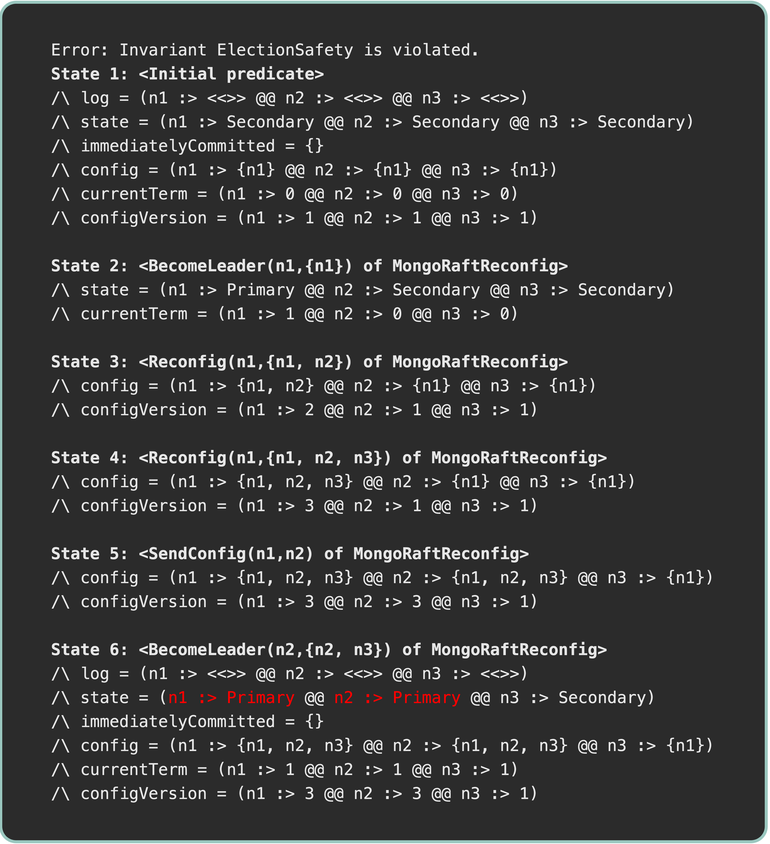
Before: traces/traces-t1.drawio.png, a diagram exported from draw.io (will62794/reconfig-traces). Source tidied: cells renumbered, new cells last; positions are measured from the earlier drawing's top-left corner, leaving out a move shared by most shapes.
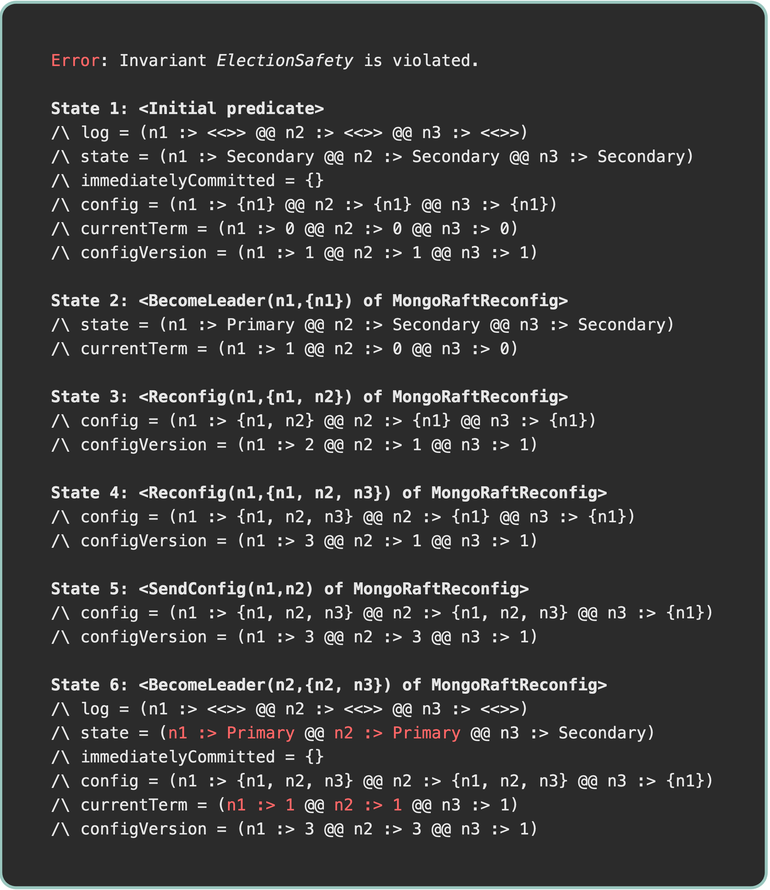
Above is the later version.

Change to the diagram source:
```diff
@@ -2,8 +2,8 @@
   <root>
     <mxCell id="0" />
     <mxCell id="1" parent="0" />
-    <mxCell id="2" value="&lt;div style=&quot;background-color: rgb(43, 43, 43); line-height: 16px;&quot;&gt;&lt;div style=&quot;text-align: left; font-family: Menlo, Monaco, &amp;quot;Courier New&amp;quot;, monospace; font-size: 10.8px; white-space: pre;&quot;&gt;&lt;font style=&quot;color: rgb(230, 230, 230);&quot;&gt;Error: Invariant ElectionSafety is violated.&lt;/font&gt;&lt;/div&gt;&lt;div style=&quot;text-align: left; font-family: Menlo, Monaco, &amp;quot;Courier New&amp;quot;, monospace; font-size: 10.8px; white-space: pre;&quot;&gt;&lt;b&gt;&lt;font style=&quot;color: rgb(230, 230, 230);&quot;&gt;State 1: &amp;lt;Initial predicate&amp;gt;&lt;/font&gt;&lt;/b&gt;&lt;/div&gt;&lt;div style=&quot;text-align: left; font-family: Menlo, Monaco, &amp;quot;Courier New&amp;quot;, monospace; font-size: 10.8px; white-space: pre;&quot;&gt;&lt;font style=&quot;color: rgb(230, 230, 230);&quot;&gt;/\ log = (n1 :&amp;gt; &amp;lt;&amp;lt;&amp;gt;&amp;gt; @@ n2 :&amp;gt; &amp;lt;&amp;lt;&amp;gt;&amp;gt; @@ n3 :&amp;gt; &amp;lt;&amp;lt;&amp;gt;&amp;gt;)&lt;/font&gt;&lt;/div&gt;&lt;div style=&quot;text-align: left; font-family: Menlo, Monaco, &amp;quot;Courier New&amp;quot;, monospace; font-size: 10.8px; white-space: pre;&quot;&gt;&lt;font style=&quot;color: rgb(230, 230, 230);&quot;&gt;/\ state = (n1 :&amp;gt; Secondary @@ n2 :&amp;gt; Secondary @@ n3 :&amp;gt; Secondary)&lt;/font&gt;&lt;/div&gt;&lt;div style=&quot;text-align: left; font-family: Menlo, Monaco, &amp;quot;Courier New&amp;quot;, monospace; font-size: 10.8px; white-space: pre;&quot;&gt;&lt;font style=&quot;color: rgb(230, 230, 230);&quot;&gt;/\ immediatelyCommitted = {}&lt;/font&gt;&lt;/div&gt;&lt;div style=&quot;text-align: left; font-family: Menlo, Monaco, &amp;quot;Courier New&amp;quot;, monospace; font-size: 10.8px; white-space: pre;&quot;&gt;&lt;font style=&quot;color: rgb(230, 230, 230);&quot;&gt;/\ config = (n1 :&amp;gt; {n1} @@ n2 :&amp;gt; {n1} @@ n3 :&amp;gt; {n1})&lt;/font&gt;&lt;/div&gt;&lt;div style=&quot;text-align: left; font-family: Menlo, Monaco, &amp;quot;Courier New&amp;quot;, monospace; font-size: 10.8px; white-space: pre;&quot;&gt;&lt;font style=&quot;color: rgb(230, 230, 230);&quot;&gt;/\ currentTerm = (n1 :&amp;gt; 0 @@ n2 :&amp;gt; 0 @@ n3 :&amp;gt; 0)&lt;/font&gt;&lt;/div&gt;&lt;div style=&quot;text-align: left; font-family: Menlo, Monaco, &amp;quot;Courier New&amp;quot;, monospace; font-size: 10.8px; white-space: pre;&quot;&gt;&lt;font style=&quot;color: rgb(230, 230, 230);&quot;&gt;/\ configVersion = (n1 :&amp;gt; 1 @@ n2 :&amp;gt; 1 @@ n3 :&amp;gt; 1)&lt;/font&gt;&lt;/div&gt;&lt;div style=&quot;text-align: left;&quot;&gt;&lt;font style=&quot;color: rgb(230, 230, 230);&quot;&gt;&lt;br&gt;&lt;/font&gt;&lt;/div&gt;&lt;div style=&quot;text-align: left; font-family: Menlo, Monaco, &amp;quot;Courier New&amp;quot;, monospace; font-size: 10.8px; white-space: pre;&quot;&gt;&lt;b&gt;&lt;font style=&quot;color: rgb(230, 230, 230);&quot;&gt;State 2: &amp;lt;BecomeLeader(n1,{n1}) of MongoRaftReconfig&amp;gt;&lt;/font&gt;&lt;/b&gt;&lt;/div&gt;&lt;div style=&quot;text-align: left; font-family: Menlo, Monaco, &amp;quot;Courier New&amp;quot;, monospace; font-size: 10.8px; white-space: pre;&quot;&gt;&lt;font style=&quot;color: rgb(230, 230, 230);&quot;&gt;/\ state = (n1 :&amp;gt; Primary @@ n2 :&amp;gt; Secondary @@ n3 :&amp;gt; Secondary)&lt;/font&gt;&lt;/div&gt;&lt;div style=&quot;text-align: left; font-family: Menlo, Monaco, &amp;quot;Courier New&amp;quot;, monospace; font-size: 10.8px; white-space: pre;&quot;&gt;&lt;font style=&quot;color: rgb(230, 230, 230);&quot;&gt;/\ currentTerm = (n1 :&amp;gt; 1 @@ n2 :&amp;gt; 0 @@ n3 :&amp;gt; 0)&lt;/font&gt;&lt;/div&gt;&lt;div style=&quot;text-align: left;&quot;&gt;&lt;font style=&quot;color: rgb(230, 230, 230);&quot;&gt;&lt;br&gt;&lt;/font&gt;&lt;/div&gt;&lt;div style=&quot;text-align: left; font-family: Menlo, Monaco, &amp;quot;Courier New&amp;quot;, monospace; font-size: 10.8px; white-space: pre;&quot;&gt;&lt;b&gt;&lt;font style=&quot;color: rgb(230, 230, 230);&quot;&gt;State 3: &amp;lt;Reconfig(n1,{n1, n2}) of MongoRaftReconfig&amp;gt;&lt;/font&gt;&lt;/b&gt;&lt;/div&gt;&lt;div style=&quot;text-align: left; font-family: Menlo, Monaco, &amp;quot;Courier New&amp;quot;, monospace; font-size: 10.8px; white-space: pre;&quot;&gt;&lt;font style=&quot;color: rgb(230, 230, 230);&quot;&gt;/\ config = (n1 :&amp;gt; {n1, n2} @@ n2 :&amp;gt; {n1} @@ n3 :&amp;gt; {n1})&lt;/font&gt;&lt;/div&gt;&lt;div style=&quot;text-align: left; font-family: Menlo, Monaco, &amp;quot;Courier New&amp;quot;, monospace; font-size: 10.8px; white-space: pre;&quot;&gt;&lt;font style=&quot;color: rgb(230, 230, 230);&quot;&gt;/\ configVersion = (n1 :&amp;gt; 2 @@ n2 :&amp;gt; 1 @@ n3 :&amp;gt; 1)&lt;/font&gt;&lt;/div&gt;&lt;div style=&quot;text-align: left;&quot;&gt;&lt;font style=&quot;color: rgb(230, 230, 230);&quot;&gt;&lt;br&gt;&lt;/font&gt;&lt;/div&gt;&lt;div style=&quot;text-align: left; font-family: Menlo, Monaco, &amp;quot;Courier New&amp;quot;, monospace; font-size: 10.8px; white-space: pre;&quot;&gt;&lt;b&gt;&lt;font style=&quot;color: rgb(230, 230, 230);&quot;&gt;State 4: &amp;lt;Reconfig(n1,{n1, n2, n3}) of MongoRaftReconfig&amp;gt;&lt;/font&gt;&lt;/b&gt;&lt;/div&gt;&lt;div style=&quot;text-align: left; font-family: Menlo, Monaco, &amp;quot;Courier New&amp;quot;, monospace; font-size: 10.8px; white-space: pre;&quot;&gt;&lt;font style=&quot;color: rgb(230, 230, 230);&quot;&gt;/\ config = (n1 :&amp;gt; {n1, n2, n3} @@ n2 :&amp;gt; {n1} @@ n3 :&amp;gt; {n1})&lt;/font&gt;&lt;/div&gt;&lt;div style=&quot;text-align: left; font-family: Menlo, Monaco, &amp;quot;Courier New&amp;quot;, monospace; font-size: 10.8px; white-space: pre;&quot;&gt;&lt;font style=&quot;color: rgb(230, 230, 230);&quot;&gt;/\ configVersion = (n1 :&amp;gt; 3 @@ n2 :&amp;gt; 1 @@ n3 :&amp;gt; 1)&lt;/font&gt;&lt;/div&gt;&lt;div style=&quot;text-align: left;&quot;&gt;&lt;font style=&quot;color: rgb(230, 230, 230);&quot;&gt;&lt;br&gt;&lt;/font&gt;&lt;/div&gt;&lt;div style=&quot;text-align: left; font-family: Menlo, Monaco, &amp;quot;Courier New&amp;quot;, monospace; font-size: 10.8px; white-space: pre;&quot;&gt;&lt;b&gt;&lt;font style=&quot;color: rgb(230, 230, 230);&quot;&gt;State 5: &amp;lt;SendConfig(n1,n2) of MongoRaftReconfig&amp;gt;&lt;/font&gt;&lt;/b&gt;&lt;/div&gt;&lt;div style=&quot;text-align: left; font-family: Menlo, Monaco, &amp;quot;Courier New&amp;quot;, monospace; font-size: 10.8px; white-space: pre;&quot;&gt;&lt;font style=&quot;color: rgb(230, 230, 230);&quot;&gt;/\ config = (n1 :&amp;gt; {n1, n2, n3} @@ n2 :&amp;gt; {n1, n2, n3} @@ n3 :&amp;gt; {n1})&lt;/font&gt;&lt;/div&gt;&lt;div style=&quot;text-align: left; font-family: Menlo, Monaco, &amp;quot;Courier New&amp;quot;, monospace; font-size: 10.8px; white-space: pre;&quot;&gt;&lt;font style=&quot;color: rgb(230, 230, 230);&quot;&gt;/\ configVersion = (n1 :&amp;gt; 3 @@ n2 :&amp;gt; 3 @@ n3 :&amp;gt; 1)&lt;/font&gt;&lt;/div&gt;&lt;div style=&quot;text-align: left;&quot;&gt;&lt;font style=&quot;color: rgb(230, 230, 230);&quot;&gt;&lt;br&gt;&lt;/font&gt;&lt;/div&gt;&lt;div style=&quot;text-align: left; font-family: Menlo, Monaco, &amp;quot;Courier New&amp;quot;, monospace; font-size: 10.8px; white-space: pre;&quot;&gt;&lt;b&gt;&lt;font style=&quot;color: rgb(230, 230, 230);&quot;&gt;State 6: &amp;lt;BecomeLeader(n2,{n2, n3}) of MongoRaftReconfig&amp;gt;&lt;/font&gt;&lt;/b&gt;&lt;/div&gt;&lt;div style=&quot;text-align: left; font-family: Menlo, Monaco, &amp;quot;Courier New&amp;quot;, monospace; font-size: 10.8px; white-space: pre;&quot;&gt;&lt;font style=&quot;color: rgb(230, 230, 230);&quot;&gt;/\ log = (n1 :&amp;gt; &amp;lt;&amp;lt;&amp;gt;&amp;gt; @@ n2 :&amp;gt; &amp;lt;&amp;lt;&amp;gt;&amp;gt; @@ n3 :&amp;gt; &amp;lt;&amp;lt;&amp;gt;&amp;gt;)&lt;/font&gt;&lt;/div&gt;&lt;div style=&quot;text-align: left; font-family: Menlo, Monaco, &amp;quot;Courier New&amp;quot;, monospace; font-size: 10.8px; white-space: pre;&quot;&gt;&lt;font&gt;&lt;font color=&quot;#e6e6e6&quot;&gt;/\ state = (&lt;/font&gt;&lt;font style=&quot;color: rgb(255, 0, 0);&quot;&gt;n1 :&amp;gt; &lt;font style=&quot;&quot;&gt;Primary&lt;/font&gt;&lt;/font&gt;&lt;span style=&quot;color: rgb(230, 230, 230);&quot;&gt; @@ &lt;/span&gt;&lt;font style=&quot;color: rgb(255, 0, 0);&quot;&gt;n2 :&amp;gt; &lt;font style=&quot;&quot;&gt;Primary&lt;/font&gt;&lt;/font&gt;&lt;font style=&quot;color: rgb(230, 230, 230);&quot;&gt; @@ n3 :&amp;gt; Secondary)&lt;/font&gt;&lt;/font&gt;&lt;/div&gt;&lt;div style=&quot;text-align: left; font-family: Menlo, Monaco, &amp;quot;Courier New&amp;quot;, monospace; font-size: 10.8px; white-space: pre;&quot;&gt;&lt;font style=&quot;color: rgb(230, 230, 230);&quot;&gt;/\ immediatelyCommitted = {}&lt;/font&gt;&lt;/div&gt;&lt;div style=&quot;text-align: left; font-family: Menlo, Monaco, &amp;quot;Courier New&amp;quot;, monospace; font-size: 10.8px; white-space: pre;&quot;&gt;&lt;font style=&quot;color: rgb(230, 230, 230);&quot;&gt;/\ config = (n1 :&amp;gt; {n1, n2, n3} @@ n2 :&amp;gt; {n1, n2, n3} @@ n3 :&amp;gt; {n1})&lt;/font&gt;&lt;/div&gt;&lt;div style=&quot;text-align: left; font-family: Menlo, Monaco, &amp;quot;Courier New&amp;quot;, monospace; font-size: 10.8px; white-space: pre;&quot;&gt;&lt;font style=&quot;color: rgb(230, 230, 230);&quot;&gt;/\ currentTerm = (n1 :&amp;gt; 1 @@ n2 :&amp;gt; 1 @@ n3 :&amp;gt; 1)&lt;/font&gt;&lt;/div&gt;&lt;div style=&quot;text-align: left; font-family: Menlo, Monaco, &amp;quot;Courier New&amp;quot;, monospace; font-size: 10.8px; white-space: pre;&quot;&gt;&lt;font style=&quot;color: rgb(230, 230, 230);&quot;&gt;/\ configVersion = (n1 :&amp;gt; 3 @@ n2 :&amp;gt; 3 @@ n3 :&amp;gt; 1)&lt;/font&gt;&lt;/div&gt;&lt;/div&gt;" style="text;html=1;align=center;verticalAlign=middle;whiteSpace=wrap;rounded=1;strokeColor=#9AC7BF;fillColor=light-dark(#2B2B2B,#282A35);gradientColor=none;arcSize=2;imageHeight=24;strokeWidth=2;" parent="1" vertex="1">
-      <mxGeometry width="510" height="560" as="geometry" />
+    <mxCell id="2" value="&lt;div style=&quot;background-color: rgb(43, 43, 43); line-height: 16px;&quot;&gt;&lt;div style=&quot;text-align: left; font-family: Menlo, Monaco, &amp;quot;Courier New&amp;quot;, monospace; font-size: 10.8px; white-space: pre;&quot;&gt;&lt;font style=&quot;color: rgb(255, 102, 102);&quot;&gt;Error&lt;/font&gt;&lt;font style=&quot;color: rgb(230, 230, 230);&quot;&gt;: Invariant &lt;i&gt;ElectionSafety&lt;/i&gt; is violated.&lt;/font&gt;&lt;/div&gt;&lt;div style=&quot;text-align: left; font-family: Menlo, Monaco, &amp;quot;Courier New&amp;quot;, monospace; font-size: 10.8px; white-space: pre;&quot;&gt;&lt;b&gt;&lt;font style=&quot;color: rgb(230, 230, 230);&quot;&gt;&lt;br&gt;&lt;/font&gt;&lt;/b&gt;&lt;/div&gt;&lt;div style=&quot;text-align: left; font-family: Menlo, Monaco, &amp;quot;Courier New&amp;quot;, monospace; font-size: 10.8px; white-space: pre;&quot;&gt;&lt;b&gt;&lt;font style=&quot;color: rgb(230, 230, 230);&quot;&gt;State 1: &amp;lt;Initial predicate&amp;gt;&lt;/font&gt;&lt;/b&gt;&lt;/div&gt;&lt;div style=&quot;text-align: left; font-family: Menlo, Monaco, &amp;quot;Courier New&amp;quot;, monospace; font-size: 10.8px; white-space: pre;&quot;&gt;&lt;font style=&quot;color: rgb(230, 230, 230);&quot;&gt;/\ log = (n1 :&amp;gt; &amp;lt;&amp;lt;&amp;gt;&amp;gt; @@ n2 :&amp;gt; &amp;lt;&amp;lt;&amp;gt;&amp;gt; @@ n3 :&amp;gt; &amp;lt;&amp;lt;&amp;gt;&amp;gt;)&lt;/font&gt;&lt;/div&gt;&lt;div style=&quot;text-align: left; font-family: Menlo, Monaco, &amp;quot;Courier New&amp;quot;, monospace; font-size: 10.8px; white-space: pre;&quot;&gt;&lt;font style=&quot;color: rgb(230, 230, 230);&quot;&gt;/\ state = (n1 :&amp;gt; Secondary @@ n2 :&amp;gt; Secondary @@ n3 :&amp;gt; Secondary)&lt;/font&gt;&lt;/div&gt;&lt;div style=&quot;text-align: left; font-family: Menlo, Monaco, &amp;quot;Courier New&amp;quot;, monospace; font-size: 10.8px; white-space: pre;&quot;&gt;&lt;font style=&quot;color: rgb(230, 230, 230);&quot;&gt;/\ immediatelyCommitted = {}&lt;/font&gt;&lt;/div&gt;&lt;div style=&quot;text-align: left; font-family: Menlo, Monaco, &amp;quot;Courier New&amp;quot;, monospace; font-size: 10.8px; white-space: pre;&quot;&gt;&lt;font style=&quot;color: rgb(230, 230, 230);&quot;&gt;/\ config = (n1 :&amp;gt; {n1} @@ n2 :&amp;gt; {n1} @@ n3 :&amp;gt; {n1})&lt;/font&gt;&lt;/div&gt;&lt;div style=&quot;text-align: left; font-family: Menlo, Monaco, &amp;quot;Courier New&amp;quot;, monospace; font-size: 10.8px; white-space: pre;&quot;&gt;&lt;font style=&quot;color: rgb(230, 230, 230);&quot;&gt;/\ currentTerm = (n1 :&amp;gt; 0 @@ n2 :&amp;gt; 0 @@ n3 :&amp;gt; 0)&lt;/font&gt;&lt;/div&gt;&lt;div style=&quot;text-align: left; font-family: Menlo, Monaco, &amp;quot;Courier New&amp;quot;, monospace; font-size: 10.8px; white-space: pre;&quot;&gt;&lt;font style=&quot;color: rgb(230, 230, 230);&quot;&gt;/\ configVersion = (n1 :&amp;gt; 1 @@ n2 :&amp;gt; 1 @@ n3 :&amp;gt; 1)&lt;/font&gt;&lt;/div&gt;&lt;div style=&quot;text-align: left;&quot;&gt;&lt;font style=&quot;color: rgb(230, 230, 230);&quot;&gt;&lt;br&gt;&lt;/font&gt;&lt;/div&gt;&lt;div style=&quot;text-align: left; font-family: Menlo, Monaco, &amp;quot;Courier New&amp;quot;, monospace; font-size: 10.8px; white-space: pre;&quot;&gt;&lt;b&gt;&lt;font style=&quot;color: rgb(230, 230, 230);&quot;&gt;State 2: &amp;lt;BecomeLeader(n1,{n1}) of MongoRaftReconfig&amp;gt;&lt;/font&gt;&lt;/b&gt;&lt;/div&gt;&lt;div style=&quot;text-align: left; font-family: Menlo, Monaco, &amp;quot;Courier New&amp;quot;, monospace; font-size: 10.8px; white-space: pre;&quot;&gt;&lt;font style=&quot;color: rgb(230, 230, 230);&quot;&gt;/\ state = (n1 :&amp;gt; Primary @@ n2 :&amp;gt; Secondary @@ n3 :&amp;gt; Secondary)&lt;/font&gt;&lt;/div&gt;&lt;div style=&quot;text-align: left; font-family: Menlo, Monaco, &amp;quot;Courier New&amp;quot;, monospace; font-size: 10.8px; white-space: pre;&quot;&gt;&lt;font style=&quot;color: rgb(230, 230, 230);&quot;&gt;/\ currentTerm = (n1 :&amp;gt; 1 @@ n2 :&amp;gt; 0 @@ n3 :&amp;gt; 0)&lt;/font&gt;&lt;/div&gt;&lt;div style=&quot;text-align: left;&quot;&gt;&lt;font style=&quot;color: rgb(230, 230, 230);&quot;&gt;&lt;br&gt;&lt;/font&gt;&lt;/div&gt;&lt;div style=&quot;text-align: left; font-family: Menlo, Monaco, &amp;quot;Courier New&amp;quot;, monospace; font-size: 10.8px; white-space: pre;&quot;&gt;&lt;b&gt;&lt;font style=&quot;color: rgb(230, 230, 230);&quot;&gt;State 3: &amp;lt;Reconfig(n1,{n1, n2}) of MongoRaftReconfig&amp;gt;&lt;/font&gt;&lt;/b&gt;&lt;/div&gt;&lt;div style=&quot;text-align: left; font-family: Menlo, Monaco, &amp;quot;Courier New&amp;quot;, monospace; font-size: 10.8px; white-space: pre;&quot;&gt;&lt;font style=&quot;color: rgb(230, 230, 230);&quot;&gt;/\ config = (n1 :&amp;gt; {n1, n2} @@ n2 :&amp;gt; {n1} @@ n3 :&amp;gt; {n1})&lt;/font&gt;&lt;/div&gt;&lt;div style=&quot;text-align: left; font-family: Menlo, Monaco, &amp;quot;Courier New&amp;quot;, monospace; font-size: 10.8px; white-space: pre;&quot;&gt;&lt;font style=&quot;color: rgb(230, 230, 230);&quot;&gt;/\ configVersion = (n1 :&amp;gt; 2 @@ n2 :&amp;gt; 1 @@ n3 :&amp;gt; 1)&lt;/font&gt;&lt;/div&gt;&lt;div style=&quot;text-align: left;&quot;&gt;&lt;font style=&quot;color: rgb(230, 230, 230);&quot;&gt;&lt;br&gt;&lt;/font&gt;&lt;/div&gt;&lt;div style=&quot;text-align: left; font-family: Menlo, Monaco, &amp;quot;Courier New&amp;quot;, monospace; font-size: 10.8px; white-space: pre;&quot;&gt;&lt;b&gt;&lt;font style=&quot;color: rgb(230, 230, 230);&quot;&gt;State 4: &amp;lt;Reconfig(n1,{n1, n2, n3}) of MongoRaftReconfig&amp;gt;&lt;/font&gt;&lt;/b&gt;&lt;/div&gt;&lt;div style=&quot;text-align: left; font-family: Menlo, Monaco, &amp;quot;Courier New&amp;quot;, monospace; font-size: 10.8px; white-space: pre;&quot;&gt;&lt;font style=&quot;color: rgb(230, 230, 230);&quot;&gt;/\ config = (n1 :&amp;gt; {n1, n2, n3} @@ n2 :&amp;gt; {n1} @@ n3 :&amp;gt; {n1})&lt;/font&gt;&lt;/div&gt;&lt;div style=&quot;text-align: left; font-family: Menlo, Monaco, &amp;quot;Courier New&amp;quot;, monospace; font-size: 10.8px; white-space: pre;&quot;&gt;&lt;font style=&quot;color: rgb(230, 230, 230);&quot;&gt;/\ configVersion = (n1 :&amp;gt; 3 @@ n2 :&amp;gt; 1 @@ n3 :&amp;gt; 1)&lt;/font&gt;&lt;/div&gt;&lt;div style=&quot;text-align: left;&quot;&gt;&lt;font style=&quot;color: rgb(230, 230, 230);&quot;&gt;&lt;br&gt;&lt;/font&gt;&lt;/div&gt;&lt;div style=&quot;text-align: left; font-family: Menlo, Monaco, &amp;quot;Courier New&amp;quot;, monospace; font-size: 10.8px; white-space: pre;&quot;&gt;&lt;b&gt;&lt;font style=&quot;color: rgb(230, 230, 230);&quot;&gt;State 5: &amp;lt;SendConfig(n1,n2) of MongoRaftReconfig&amp;gt;&lt;/font&gt;&lt;/b&gt;&lt;/div&gt;&lt;div style=&quot;text-align: left; font-family: Menlo, Monaco, &amp;quot;Courier New&amp;quot;, monospace; font-size: 10.8px; white-space: pre;&quot;&gt;&lt;font style=&quot;color: rgb(230, 230, 230);&quot;&gt;/\ config = (n1 :&amp;gt; {n1, n2, n3} @@ n2 :&amp;gt; {n1, n2, n3} @@ n3 :&amp;gt; {n1})&lt;/font&gt;&lt;/div&gt;&lt;div style=&quot;text-align: left; font-family: Menlo, Monaco, &amp;quot;Courier New&amp;quot;, monospace; font-size: 10.8px; white-space: pre;&quot;&gt;&lt;font style=&quot;color: rgb(230, 230, 230);&quot;&gt;/\ configVersion = (n1 :&amp;gt; 3 @@ n2 :&amp;gt; 3 @@ n3 :&amp;gt; 1)&lt;/font&gt;&lt;/div&gt;&lt;div style=&quot;text-align: left;&quot;&gt;&lt;font style=&quot;color: rgb(230, 230, 230);&quot;&gt;&lt;br&gt;&lt;/font&gt;&lt;/div&gt;&lt;div style=&quot;text-align: left; font-family: Menlo, Monaco, &amp;quot;Courier New&amp;quot;, monospace; font-size: 10.8px; white-space: pre;&quot;&gt;&lt;b&gt;&lt;font style=&quot;color: rgb(230, 230, 230);&quot;&gt;State 6: &amp;lt;BecomeLeader(n2,{n2, n3}) of MongoRaftReconfig&amp;gt;&lt;/font&gt;&lt;/b&gt;&lt;/div&gt;&lt;div style=&quot;text-align: left; font-family: Menlo, Monaco, &amp;quot;Courier New&amp;quot;, monospace; font-size: 10.8px; white-space: pre;&quot;&gt;&lt;font style=&quot;color: rgb(230, 230, 230);&quot;&gt;/\ log = (n1 :&amp;gt; &amp;lt;&amp;lt;&amp;gt;&amp;gt; @@ n2 :&amp;gt; &amp;lt;&amp;lt;&amp;gt;&amp;gt; @@ n3 :&amp;gt; &amp;lt;&amp;lt;&amp;gt;&amp;gt;)&lt;/font&gt;&lt;/div&gt;&lt;div style=&quot;text-align: left; font-family: Menlo, Monaco, &amp;quot;Courier New&amp;quot;, monospace; font-size: 10.8px; white-space: pre;&quot;&gt;&lt;font&gt;&lt;font color=&quot;#e6e6e6&quot;&gt;/\ state = (&lt;/font&gt;&lt;font style=&quot;color: rgb(255, 102, 102);&quot;&gt;n1 :&amp;gt; &lt;font style=&quot;&quot;&gt;Primary&lt;/font&gt;&lt;/font&gt;&lt;span style=&quot;color: rgb(230, 230, 230);&quot;&gt; @@ &lt;/span&gt;&lt;font style=&quot;color: rgb(255, 102, 102);&quot;&gt;n2 :&amp;gt; &lt;font style=&quot;&quot;&gt;Primary&lt;/font&gt;&lt;/font&gt;&lt;font style=&quot;color: rgb(230, 230, 230);&quot;&gt; @@ n3 :&amp;gt; Secondary)&lt;/font&gt;&lt;/font&gt;&lt;/div&gt;&lt;div style=&quot;text-align: left; font-family: Menlo, Monaco, &amp;quot;Courier New&amp;quot;, monospace; font-size: 10.8px; white-space: pre;&quot;&gt;&lt;font style=&quot;color: rgb(230, 230, 230);&quot;&gt;/\ immediatelyCommitted = {}&lt;/font&gt;&lt;/div&gt;&lt;div style=&quot;text-align: left; font-family: Menlo, Monaco, &amp;quot;Courier New&amp;quot;, monospace; font-size: 10.8px; white-space: pre;&quot;&gt;&lt;font style=&quot;color: rgb(230, 230, 230);&quot;&gt;/\ config = (n1 :&amp;gt; {n1, n2, n3} @@ n2 :&amp;gt; {n1, n2, n3} @@ n3 :&amp;gt; {n1})&lt;/font&gt;&lt;/div&gt;&lt;div style=&quot;text-align: left; font-family: Menlo, Monaco, &amp;quot;Courier New&amp;quot;, monospace; font-size: 10.8px; white-space: pre;&quot;&gt;&lt;font style=&quot;color: rgb(230, 230, 230);&quot;&gt;/\ currentTerm = (&lt;/font&gt;&lt;font style=&quot;color: rgb(255, 102, 102);&quot;&gt;n1 :&amp;gt; 1&lt;/font&gt;&lt;font style=&quot;color: rgb(230, 230, 230);&quot;&gt; @@ &lt;/font&gt;&lt;font style=&quot;color: rgb(255, 102, 102);&quot;&gt;n2 :&amp;gt; 1&lt;/font&gt;&lt;font style=&quot;color: rgb(230, 230, 230);&quot;&gt; @@ n3 :&amp;gt; 1)&lt;/font&gt;&lt;/div&gt;&lt;div style=&quot;text-align: left; font-family: Menlo, Monaco, &amp;quot;Courier New&amp;quot;, monospace; font-size: 10.8px; white-space: pre;&quot;&gt;&lt;font style=&quot;color: rgb(230, 230, 230);&quot;&gt;/\ configVersion = (n1 :&amp;gt; 3 @@ n2 :&amp;gt; 3 @@ n3 :&amp;gt; 1)&lt;/font&gt;&lt;/div&gt;&lt;/div&gt;" style="text;html=1;align=center;verticalAlign=middle;whiteSpace=wrap;rounded=1;strokeColor=#9AC7BF;fillColor=light-dark(#2B2B2B,#282A35);gradientColor=none;arcSize=2;imageHeight=24;strokeWidth=2;" parent="1" vertex="1">
+      <mxGeometry width="510" height="590" as="geometry" />
     </mxCell>
   </root>
 </mxGraphModel>
```
